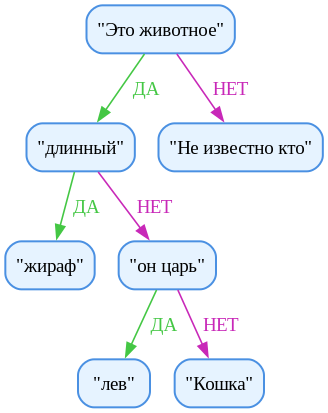
NikolayNetreba/Task6 keeps this Graphviz diagram as graph.png. Above is the earlier version. Its source is kept beside it as graph.dot.
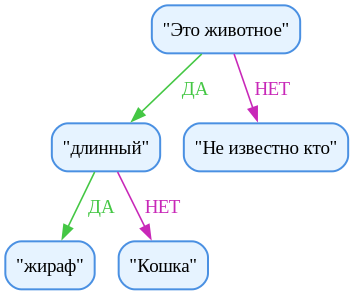
After the commit.

Change to the diagram source:
```diff
@@ -10,11 +10,7 @@
     node_1 -> node_2 [label=" ДА", color="#44C744", fontcolor="#44C744"];
     node_2 [label="\"жираф\""];
     node_1 -> node_3 [label=" НЕТ", color="#C828B8", fontcolor="#C828B8"];
-    node_3 [label="\"он царь\""];
-    node_3 -> node_5 [label=" ДА", color="#44C744", fontcolor="#44C744"];
-    node_5 [label="\"лев\""];
-    node_3 -> node_6 [label=" НЕТ", color="#C828B8", fontcolor="#C828B8"];
-    node_6 [label="\"Кошка\""];
+    node_3 [label="\"Кошка\""];
     node_0 -> node_4 [label=" НЕТ", color="#C828B8", fontcolor="#C828B8"];
     node_4 [label="\"Не известно кто\""];
 }
```
